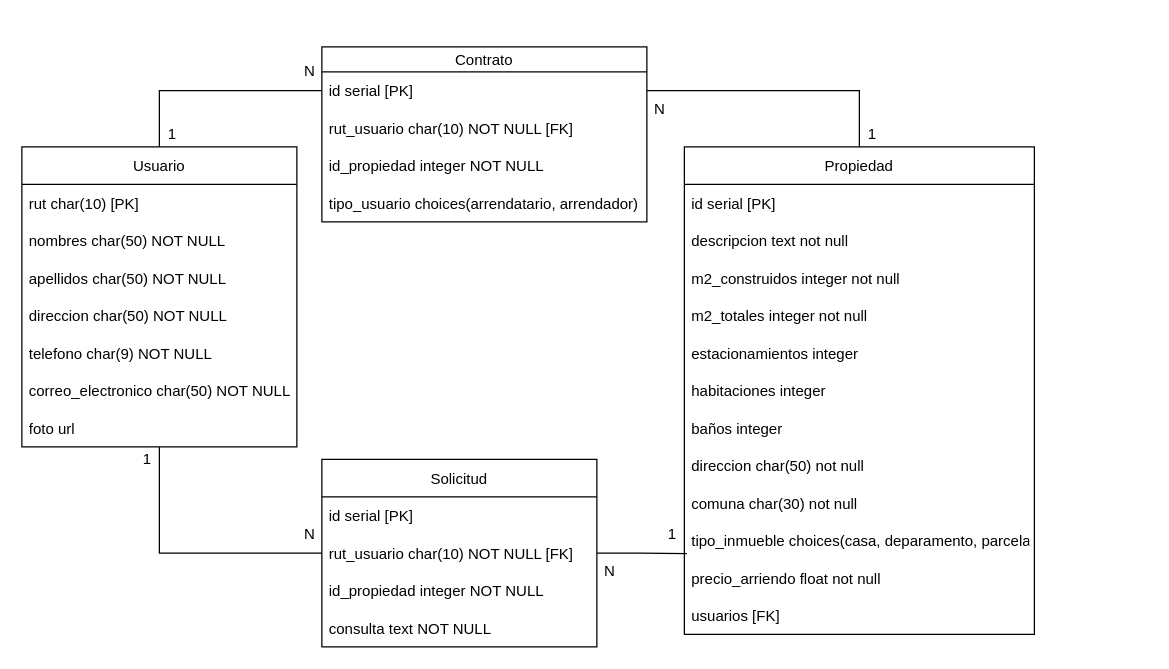
Above: Modelo físico.drawio in NestorPatricio/HauntedHouses (draw.io), before the change. Source tidied: cells renumbered, new cells numbered last; positions are measured from the earlier drawing's top-left corner, leaving out a move shared by most shapes. Both pictures are drawn from the tidied source at 125%, with x=0, y=0 at pixel (21, 46).
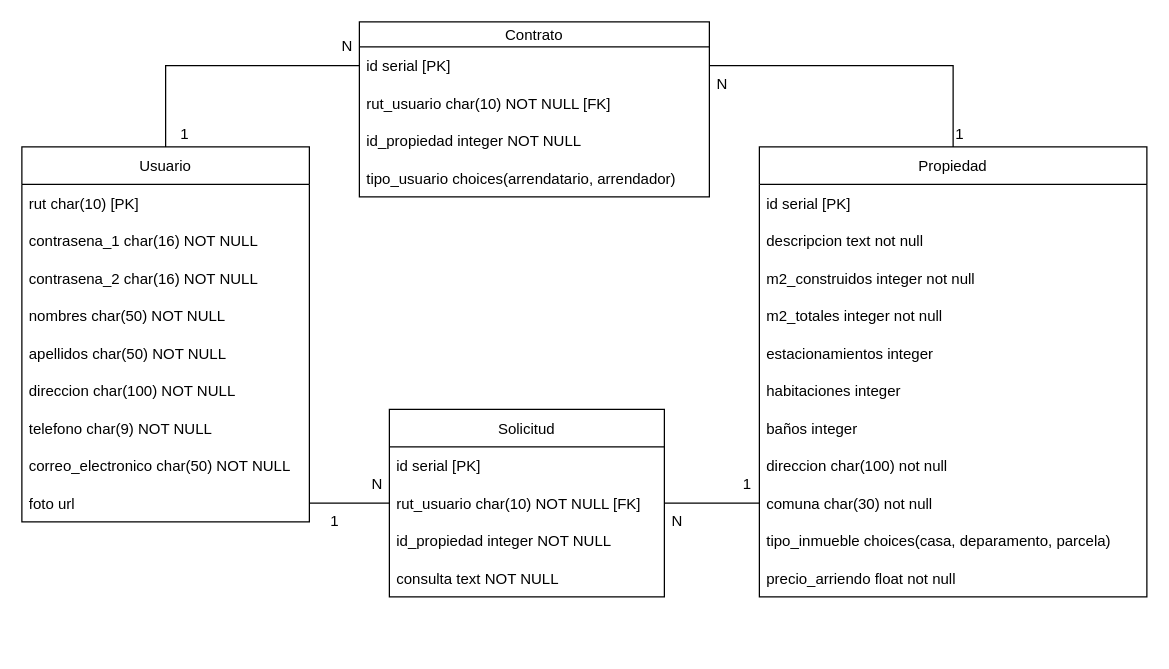
The same page after the edit.

Unchanged cells that the change refers to:
```xml
<mxCell id="31" value="rut_usuario char(10) NOT NULL [FK]" style="text;strokeColor=none;fillColor=none;align=left;verticalAlign=middle;spacingLeft=4;spacingRight=4;overflow=hidden;points=[[0,0.5],[1,0.5]];portConstraint=eastwest;" parent="29" vertex="1">
  <mxGeometry y="60" width="220" height="30" as="geometry" />
</mxCell>
```

Diff of the diagram source:
```diff
@@
-    <mxCell id="2" style="edgeStyle=orthogonalEdgeStyle;rounded=0;jettySize=auto;html=1;entryX=0;entryY=0.5;entryDx=0;entryDy=0;endArrow=none;endFill=0;" parent="1" edge="1" source="4" target="31">
+    <mxCell id="2" style="edgeStyle=orthogonalEdgeStyle;rounded=0;jettySize=auto;html=1;entryX=0;entryY=0.5;entryDx=0;entryDy=0;endArrow=none;endFill=0;exitX=1;exitY=0.5;exitDx=0;exitDy=0;" parent="1" edge="1" source="11" target="31">
       <mxGeometry relative="1" as="geometry" />
     </mxCell>
@@
     <mxCell id="4" value="Usuario" style="swimlane;fontStyle=0;horizontal=1;startSize=30;" parent="1" vertex="1">
-      <mxGeometry y="80" width="220" height="240" as="geometry" />
+      <mxGeometry y="80" width="230" height="300" as="geometry" />
     </mxCell>
     <mxCell id="5" value="rut char(10) [PK]" style="text;strokeColor=none;fillColor=none;align=left;verticalAlign=middle;spacingLeft=4;spacingRight=4;overflow=hidden;" parent="4" vertex="1">
-      <mxGeometry y="30" width="220" height="30" as="geometry" />
+      <mxGeometry y="30" width="230" height="30" as="geometry" />
     </mxCell>
+    <mxCell id="45" value="contrasena_1 char(16) NOT NULL" style="text;strokeColor=none;fillColor=none;align=left;verticalAlign=middle;spacingLeft=4;spacingRight=4;overflow=hidden;" parent="4" vertex="1">
+      <mxGeometry y="60" width="230" height="30" as="geometry" />
+    </mxCell>
+    <mxCell id="46" value="contrasena_2 char(16) NOT NULL" style="text;strokeColor=none;fillColor=none;align=left;verticalAlign=middle;spacingLeft=4;spacingRight=4;overflow=hidden;" parent="4" vertex="1">
+      <mxGeometry y="90" width="230" height="30" as="geometry" />
+    </mxCell>
     <mxCell id="6" value="nombres char(50) NOT NULL" style="text;strokeColor=none;fillColor=none;align=left;verticalAlign=middle;spacingLeft=4;spacingRight=4;overflow=hidden;" parent="4" vertex="1">
-      <mxGeometry y="60" width="220" height="30" as="geometry" />
+      <mxGeometry y="120" width="230" height="30" as="geometry" />
     </mxCell>
     <mxCell id="7" value="apellidos char(50) NOT NULL" style="text;strokeColor=none;fillColor=none;align=left;verticalAlign=middle;spacingLeft=4;spacingRight=4;overflow=hidden;" parent="4" vertex="1">
-      <mxGeometry y="90" width="220" height="30" as="geometry" />
+      <mxGeometry y="150" width="230" height="30" as="geometry" />
     </mxCell>
-    <mxCell id="8" value="direccion char(50) NOT NULL" style="text;strokeColor=none;fillColor=none;align=left;verticalAlign=middle;spacingLeft=4;spacingRight=4;overflow=hidden;" parent="4" vertex="1">
-      <mxGeometry y="120" width="220" height="30" as="geometry" />
+    <mxCell id="8" value="direccion char(100) NOT NULL" style="text;strokeColor=none;fillColor=none;align=left;verticalAlign=middle;spacingLeft=4;spacingRight=4;overflow=hidden;" parent="4" vertex="1">
+      <mxGeometry y="180" width="230" height="30" as="geometry" />
     </mxCell>
     <mxCell id="9" value=" telefono char(9) NOT NULL" style="text;strokeColor=none;fillColor=none;align=left;verticalAlign=middle;spacingLeft=4;spacingRight=4;overflow=hidden;" parent="4" vertex="1">
-      <mxGeometry y="150" width="220" height="30" as="geometry" />
+      <mxGeometry y="210" width="230" height="30" as="geometry" />
     </mxCell>
     <mxCell id="10" value="correo_electronico  char(50) NOT NULL" style="text;strokeColor=none;fillColor=none;align=left;verticalAlign=middle;spacingLeft=4;spacingRight=4;overflow=hidden;" parent="4" vertex="1">
-      <mxGeometry y="180" width="220" height="30" as="geometry" />
+      <mxGeometry y="240" width="230" height="30" as="geometry" />
     </mxCell>
     <mxCell id="11" value="foto url" style="text;strokeColor=none;fillColor=none;align=left;verticalAlign=middle;spacingLeft=4;spacingRight=4;overflow=hidden;points=[[0,0.5],[1,0.5]];portConstraint=eastwest;" parent="4" vertex="1">
-      <mxGeometry y="210" width="220" height="30" as="geometry" />
+      <mxGeometry y="270" width="230" height="30" as="geometry" />
     </mxCell>
@@
     <mxCell id="13" value="Propiedad" style="swimlane;fontStyle=0;horizontal=1;startSize=30;" parent="1" vertex="1">
-      <mxGeometry x="530" y="80" width="280" height="390" as="geometry" />
+      <mxGeometry x="590" y="80" width="310" height="360" as="geometry" />
     </mxCell>
     <mxCell id="14" value="id serial [PK]" style="text;strokeColor=none;fillColor=none;align=left;verticalAlign=middle;spacingLeft=4;spacingRight=4;overflow=hidden;" parent="13" vertex="1">
-      <mxGeometry y="30" width="280" height="30" as="geometry" />
+      <mxGeometry y="30" width="310" height="30" as="geometry" />
     </mxCell>
     <mxCell id="15" value="descripcion text not null" style="text;strokeColor=none;fillColor=none;align=left;verticalAlign=middle;spacingLeft=4;spacingRight=4;overflow=hidden;" parent="13" vertex="1">
-      <mxGeometry y="60" width="280" height="30" as="geometry" />
+      <mxGeometry y="60" width="310" height="30" as="geometry" />
     </mxCell>
     <mxCell id="16" value="m2_construidos integer not null" style="text;strokeColor=none;fillColor=none;align=left;verticalAlign=middle;spacingLeft=4;spacingRight=4;overflow=hidden;" parent="13" vertex="1">
-      <mxGeometry y="90" width="280" height="30" as="geometry" />
+      <mxGeometry y="90" width="310" height="30" as="geometry" />
     </mxCell>
     <mxCell id="17" value="m2_totales integer not null" style="text;strokeColor=none;fillColor=none;align=left;verticalAlign=middle;spacingLeft=4;spacingRight=4;overflow=hidden;" parent="13" vertex="1">
-      <mxGeometry y="120" width="280" height="30" as="geometry" />
+      <mxGeometry y="120" width="310" height="30" as="geometry" />
     </mxCell>
     <mxCell id="18" value="estacionamientos integer" style="text;strokeColor=none;fillColor=none;align=left;verticalAlign=middle;spacingLeft=4;spacingRight=4;overflow=hidden;" parent="13" vertex="1">
-      <mxGeometry y="150" width="280" height="30" as="geometry" />
+      <mxGeometry y="150" width="310" height="30" as="geometry" />
     </mxCell>
     <mxCell id="19" value="habitaciones integer" style="text;strokeColor=none;fillColor=none;align=left;verticalAlign=middle;spacingLeft=4;spacingRight=4;overflow=hidden;" parent="13" vertex="1">
-      <mxGeometry y="180" width="280" height="30" as="geometry" />
+      <mxGeometry y="180" width="310" height="30" as="geometry" />
     </mxCell>
     <mxCell id="20" value="baños integer" style="text;strokeColor=none;fillColor=none;align=left;verticalAlign=middle;spacingLeft=4;spacingRight=4;overflow=hidden;" parent="13" vertex="1">
-      <mxGeometry y="210" width="280" height="30" as="geometry" />
+      <mxGeometry y="210" width="310" height="30" as="geometry" />
     </mxCell>
-    <mxCell id="21" value="direccion char(50) not null" style="text;strokeColor=none;fillColor=none;align=left;verticalAlign=middle;spacingLeft=4;spacingRight=4;overflow=hidden;" parent="13" vertex="1">
-      <mxGeometry y="240" width="280" height="30" as="geometry" />
+    <mxCell id="21" value="direccion char(100) not null" style="text;strokeColor=none;fillColor=none;align=left;verticalAlign=middle;spacingLeft=4;spacingRight=4;overflow=hidden;" parent="13" vertex="1">
+      <mxGeometry y="240" width="310" height="30" as="geometry" />
     </mxCell>
     <mxCell id="22" value="comuna char(30) not null" style="text;strokeColor=none;fillColor=none;align=left;verticalAlign=middle;spacingLeft=4;spacingRight=4;overflow=hidden;points=[[0,0.5],[1,0.5]];portConstraint=eastwest;" parent="13" vertex="1">
-      <mxGeometry y="270" width="280" height="30" as="geometry" />
+      <mxGeometry y="270" width="310" height="30" as="geometry" />
     </mxCell>
     <mxCell id="23" value="tipo_inmueble choices(casa, deparamento, parcela)" style="text;strokeColor=none;fillColor=none;align=left;verticalAlign=middle;spacingLeft=4;spacingRight=4;overflow=hidden;points=[[0,0.5],[1,0.5]];portConstraint=eastwest;" parent="13" vertex="1">
-      <mxGeometry y="300" width="280" height="30" as="geometry" />
+      <mxGeometry y="300" width="310" height="30" as="geometry" />
     </mxCell>
     <mxCell id="24" value="precio_arriendo float not null" style="text;strokeColor=none;fillColor=none;align=left;verticalAlign=middle;spacingLeft=4;spacingRight=4;overflow=hidden;" parent="13" vertex="1">
-      <mxGeometry y="330" width="280" height="30" as="geometry" />
+      <mxGeometry y="330" width="310" height="30" as="geometry" />
     </mxCell>
-    <mxCell id="25" value="usuarios [FK]" style="text;strokeColor=none;fillColor=none;align=left;verticalAlign=middle;spacingLeft=4;spacingRight=4;overflow=hidden;" parent="13" vertex="1">
-      <mxGeometry y="360" width="280" height="30" as="geometry" />
-    </mxCell>
     <mxCell id="26" value="N" style="text;html=1;align=center;verticalAlign=middle;strokeColor=none;fillColor=none;" parent="1" vertex="1">
-      <mxGeometry x="220" y="10" width="20" height="20" as="geometry" />
+      <mxGeometry x="250" y="-10" width="20" height="20" as="geometry" />
     </mxCell>
     <mxCell id="27" value="N" style="text;html=1;align=center;verticalAlign=middle;strokeColor=none;fillColor=none;" parent="1" vertex="1">
-      <mxGeometry x="500" y="40" width="20" height="20" as="geometry" />
+      <mxGeometry x="550" y="20" width="20" height="20" as="geometry" />
     </mxCell>
-    <mxCell id="28" style="edgeStyle=orthogonalEdgeStyle;rounded=0;jettySize=auto;html=1;entryX=0.007;entryY=0.846;entryDx=0;entryDy=0;endArrow=none;endFill=0;entryPerimeter=0;" parent="1" edge="1" source="29" target="23">
+    <mxCell id="28" style="edgeStyle=orthogonalEdgeStyle;rounded=0;jettySize=auto;html=1;endArrow=none;endFill=0;entryX=0;entryY=0.5;entryDx=0;entryDy=0;" parent="1" edge="1" source="29" target="22">
       <mxGeometry relative="1" as="geometry" />
     </mxCell>
     <mxCell id="29" value="Solicitud" style="swimlane;fontStyle=0;horizontal=1;startSize=30;" parent="1" vertex="1">
-      <mxGeometry x="240" y="330" width="220" height="150" as="geometry" />
+      <mxGeometry x="294" y="290" width="220" height="150" as="geometry" />
     </mxCell>
@@
     <mxCell id="34" value="N" style="text;html=1;align=center;verticalAlign=middle;strokeColor=none;fillColor=none;" parent="1" vertex="1">
-      <mxGeometry x="220" y="380" width="20" height="20" as="geometry" />
+      <mxGeometry x="274" y="340" width="20" height="20" as="geometry" />
     </mxCell>
     <mxCell id="35" value="1" style="text;html=1;align=center;verticalAlign=middle;strokeColor=none;fillColor=none;" parent="1" vertex="1">
-      <mxGeometry x="90" y="320" width="20" height="20" as="geometry" />
+      <mxGeometry x="240" y="370" width="20" height="20" as="geometry" />
     </mxCell>
     <mxCell id="36" value="Contrato" style="swimlane;fontStyle=0;horizontal=1;startSize=20;" parent="1" vertex="1">
-      <mxGeometry x="240" width="260" height="140" as="geometry" />
+      <mxGeometry x="270" y="-20" width="280" height="140" as="geometry" />
     </mxCell>
     <mxCell id="37" value="id serial [PK]" style="text;strokeColor=none;fillColor=none;align=left;verticalAlign=middle;spacingLeft=4;spacingRight=4;overflow=hidden;points=[[0,0.5],[1,0.5]];portConstraint=eastwest;" parent="36" vertex="1">
-      <mxGeometry y="20" width="260" height="30" as="geometry" />
+      <mxGeometry y="20" width="280" height="30" as="geometry" />
     </mxCell>
     <mxCell id="38" value="rut_usuario char(10) NOT NULL [FK]" style="text;strokeColor=none;fillColor=none;align=left;verticalAlign=middle;spacingLeft=4;spacingRight=4;overflow=hidden;" parent="36" vertex="1">
-      <mxGeometry y="50" width="260" height="30" as="geometry" />
+      <mxGeometry y="50" width="280" height="30" as="geometry" />
     </mxCell>
     <mxCell id="39" value="id_propiedad integer NOT NULL" style="text;strokeColor=none;fillColor=none;align=left;verticalAlign=middle;spacingLeft=4;spacingRight=4;overflow=hidden;" parent="36" vertex="1">
-      <mxGeometry y="80" width="260" height="30" as="geometry" />
+      <mxGeometry y="80" width="280" height="30" as="geometry" />
     </mxCell>
     <mxCell id="40" value="tipo_usuario choices(arrendatario, arrendador)" style="text;strokeColor=none;fillColor=none;align=left;verticalAlign=middle;spacingLeft=4;spacingRight=4;overflow=hidden;" parent="36" vertex="1">
-      <mxGeometry y="110" width="260" height="30" as="geometry" />
+      <mxGeometry y="110" width="280" height="30" as="geometry" />
     </mxCell>
     <mxCell id="41" value="N" style="text;html=1;align=center;verticalAlign=middle;strokeColor=none;fillColor=none;" parent="1" vertex="1">
-      <mxGeometry x="460" y="410" width="20" height="20" as="geometry" />
+      <mxGeometry x="514" y="370" width="20" height="20" as="geometry" />
     </mxCell>
     <mxCell id="42" value="1" style="text;html=1;align=center;verticalAlign=middle;strokeColor=none;fillColor=none;" parent="1" vertex="1">
-      <mxGeometry x="110" y="60" width="20" height="20" as="geometry" />
+      <mxGeometry x="120" y="60" width="20" height="20" as="geometry" />
     </mxCell>
     <mxCell id="43" value="1" style="text;html=1;align=center;verticalAlign=middle;strokeColor=none;fillColor=none;" parent="1" vertex="1">
-      <mxGeometry x="670" y="60" width="20" height="20" as="geometry" />
+      <mxGeometry x="740" y="60" width="20" height="20" as="geometry" />
     </mxCell>
     <mxCell id="44" value="1" style="text;html=1;align=center;verticalAlign=middle;strokeColor=none;fillColor=none;" parent="1" vertex="1">
-      <mxGeometry x="510" y="380" width="20" height="20" as="geometry" />
+      <mxGeometry x="570" y="340" width="20" height="20" as="geometry" />
     </mxCell>
```
